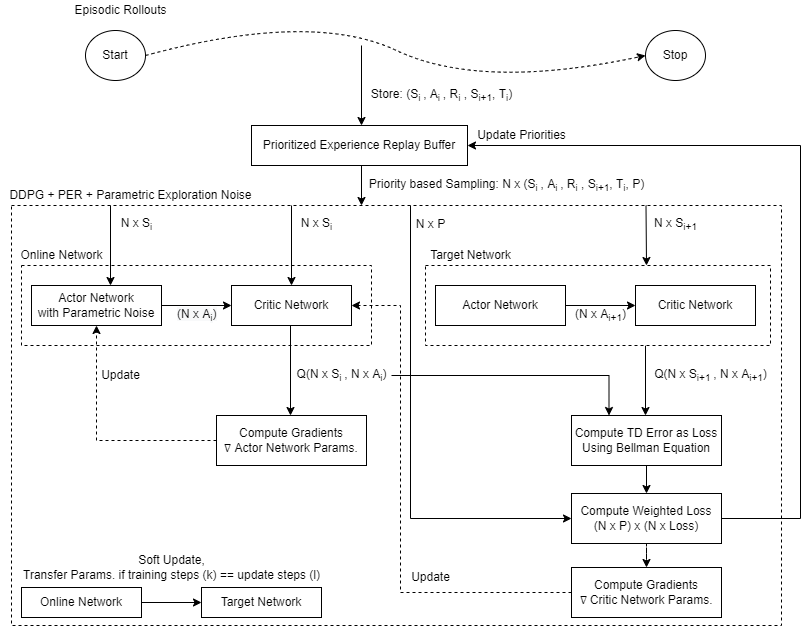
Earlier version of the draw.io export presentation/pictures/Improved DDPG.png (KanishkNavale/AI-for-Robot-Tasks). Source tidied: cells renumbered, new cells last; positions are measured from the earlier drawing's top-left corner, leaving out a move shared by most shapes. The source it was exported from:
```xml
<mxGraphModel>
  <root>
    <mxCell id="0" />
    <mxCell id="1" parent="0" />
    <mxCell id="2" style="rounded=0;whiteSpace=wrap;html=1;dashed=1;" parent="1" vertex="1">
      <mxGeometry x="11" y="205" width="770" height="420" as="geometry" />
    </mxCell>
    <mxCell id="3" style="rounded=0;whiteSpace=wrap;html=1;dashed=1;" parent="1" vertex="1">
      <mxGeometry x="21" y="265" width="350" height="80" as="geometry" />
    </mxCell>
    <mxCell id="4" value="Episodic Rollouts" style="text;html=1;align=center;verticalAlign=middle;strokeColor=none;fillColor=none;" parent="1" vertex="1">
      <mxGeometry x="65" width="110" height="20" as="geometry" />
    </mxCell>
    <mxCell id="5" value="Start" style="ellipse;whiteSpace=wrap;html=1;" parent="1" vertex="1">
      <mxGeometry x="85" y="30" width="60" height="50" as="geometry" />
    </mxCell>
    <mxCell id="6" value="Stop" style="ellipse;whiteSpace=wrap;html=1;" parent="1" vertex="1">
      <mxGeometry x="645" y="30" width="60" height="50" as="geometry" />
    </mxCell>
    <mxCell id="7" style="curved=1;endArrow=classic;html=1;rounded=0;entryX=0;entryY=0.5;entryDx=0;entryDy=0;exitX=1;exitY=0.5;exitDx=0;exitDy=0;dashed=1;" parent="1" edge="1" source="5" target="6">
      <mxGeometry relative="1" as="geometry">
        <Array as="points">
          <mxPoint x="311" y="10" />
          <mxPoint x="481" y="90" />
        </Array>
      </mxGeometry>
    </mxCell>
    <mxCell id="8" style="edgeStyle=orthogonalEdgeStyle;rounded=0;jettySize=auto;html=1;entryX=0;entryY=0.5;entryDx=0;entryDy=0;fontSize=12;fontColor=#000000;" parent="1" edge="1" target="38">
      <mxGeometry relative="1" as="geometry">
        <mxPoint x="410" y="205" as="sourcePoint" />
        <Array as="points">
          <mxPoint x="410" y="518" />
        </Array>
      </mxGeometry>
    </mxCell>
    <mxCell id="9" value="Prioritized Experience Replay Buffer" style="rounded=0;whiteSpace=wrap;html=1;" parent="1" vertex="1">
      <mxGeometry x="251" y="125" width="216" height="40" as="geometry" />
    </mxCell>
    <mxCell id="10" style="endArrow=classic;html=1;rounded=0;" parent="1" edge="1">
      <mxGeometry relative="1" as="geometry">
        <mxPoint x="361" y="45" as="sourcePoint" />
        <mxPoint x="361" y="125" as="targetPoint" />
      </mxGeometry>
    </mxCell>
    <mxCell id="11" value="Store: (S&lt;sub&gt;i &lt;/sub&gt;, A&lt;sub&gt;i&amp;nbsp;&lt;/sub&gt;, R&lt;sub&gt;i&lt;/sub&gt; , S&lt;sub&gt;i+1&lt;/sub&gt;, T&lt;sub&gt;i&lt;/sub&gt;)" style="text;html=1;align=center;verticalAlign=middle;strokeColor=none;fillColor=none;" parent="1" vertex="1">
      <mxGeometry x="361" y="85" width="160" height="20" as="geometry" />
    </mxCell>
    <mxCell id="12" style="endArrow=classic;html=1;rounded=0;" parent="1" edge="1">
      <mxGeometry relative="1" as="geometry">
        <mxPoint x="361" y="165" as="sourcePoint" />
        <mxPoint x="361" y="205" as="targetPoint" />
      </mxGeometry>
    </mxCell>
    <mxCell id="13" value="Priority based Sampling: N x (S&lt;sub&gt;i &lt;/sub&gt;, A&lt;sub&gt;i&amp;nbsp;&lt;/sub&gt;, R&lt;sub&gt;i&lt;/sub&gt; , S&lt;sub&gt;i+1&lt;/sub&gt;, T&lt;sub&gt;i&lt;/sub&gt;, P)" style="text;html=1;align=center;verticalAlign=middle;strokeColor=none;fillColor=none;" parent="1" vertex="1">
      <mxGeometry x="361" y="175" width="290" height="20" as="geometry" />
    </mxCell>
    <mxCell id="14" style="edgeStyle=orthogonalEdgeStyle;rounded=0;jettySize=auto;html=1;exitX=1;exitY=0.5;exitDx=0;exitDy=0;" parent="1" edge="1" source="15" target="16">
      <mxGeometry relative="1" as="geometry" />
    </mxCell>
    <mxCell id="15" value="Actor Network&lt;br&gt;with Parametric Noise" style="rounded=0;whiteSpace=wrap;html=1;" parent="1" vertex="1">
      <mxGeometry x="31" y="285" width="130" height="40" as="geometry" />
    </mxCell>
    <mxCell id="16" value="Critic Network" style="rounded=0;whiteSpace=wrap;html=1;" parent="1" vertex="1">
      <mxGeometry x="231" y="285" width="120" height="40" as="geometry" />
    </mxCell>
    <mxCell id="17" value="Online Network" style="text;html=1;align=center;verticalAlign=middle;strokeColor=none;fillColor=none;" parent="1" vertex="1">
      <mxGeometry x="11" y="245" width="100" height="20" as="geometry" />
    </mxCell>
    <mxCell id="18" value="Target Network" style="text;html=1;align=center;verticalAlign=middle;strokeColor=none;fillColor=none;" parent="1" vertex="1">
      <mxGeometry x="420" y="245" width="100" height="20" as="geometry" />
    </mxCell>
    <mxCell id="19" style="endArrow=classic;html=1;rounded=0;" parent="1" edge="1">
      <mxGeometry relative="1" as="geometry">
        <mxPoint x="110" y="205" as="sourcePoint" />
        <mxPoint x="110" y="285" as="targetPoint" />
      </mxGeometry>
    </mxCell>
    <mxCell id="20" style="endArrow=classic;html=1;rounded=0;entryX=0.5;entryY=0;entryDx=0;entryDy=0;" parent="1" edge="1" target="16">
      <mxGeometry relative="1" as="geometry">
        <mxPoint x="291" y="205" as="sourcePoint" />
      </mxGeometry>
    </mxCell>
    <mxCell id="21" style="endArrow=classic;html=1;rounded=0;" parent="1" edge="1">
      <mxGeometry relative="1" as="geometry">
        <mxPoint x="645.5" y="205" as="sourcePoint" />
        <mxPoint x="646" y="265" as="targetPoint" />
      </mxGeometry>
    </mxCell>
    <mxCell id="22" value="N x S&lt;sub&gt;i&lt;/sub&gt;" style="text;html=1;align=center;verticalAlign=middle;strokeColor=none;fillColor=none;" parent="1" vertex="1">
      <mxGeometry x="111" y="214" width="50" height="20" as="geometry" />
    </mxCell>
    <mxCell id="23" value="N x S&lt;sub&gt;i&lt;/sub&gt;" style="text;html=1;align=center;verticalAlign=middle;strokeColor=none;fillColor=none;" parent="1" vertex="1">
      <mxGeometry x="291" y="214" width="50" height="20" as="geometry" />
    </mxCell>
    <mxCell id="24" value="N x S&lt;sub&gt;i+1&lt;/sub&gt;" style="text;html=1;align=center;verticalAlign=middle;strokeColor=none;fillColor=none;" parent="1" vertex="1">
      <mxGeometry x="645" y="214" width="60" height="20" as="geometry" />
    </mxCell>
    <mxCell id="25" style="endArrow=classic;html=1;rounded=0;" parent="1" edge="1">
      <mxGeometry relative="1" as="geometry">
        <mxPoint x="290" y="325" as="sourcePoint" />
        <mxPoint x="290" y="415" as="targetPoint" />
      </mxGeometry>
    </mxCell>
    <mxCell id="26" style="edgeStyle=orthogonalEdgeStyle;rounded=0;jettySize=auto;html=1;entryX=0.25;entryY=0;entryDx=0;entryDy=0;fontSize=12;fontColor=#000000;" parent="1" edge="1" source="27" target="34">
      <mxGeometry relative="1" as="geometry" />
    </mxCell>
    <mxCell id="27" value="Q(N x S&lt;sub&gt;i&amp;nbsp;&lt;/sub&gt;, N x A&lt;sub&gt;i&lt;/sub&gt;)" style="text;html=1;align=center;verticalAlign=middle;points=[];strokeColor=none;fillColor=none;" parent="1" vertex="1">
      <mxGeometry x="291" y="365" width="100" height="20" as="geometry" />
    </mxCell>
    <mxCell id="28" style="edgeStyle=orthogonalEdgeStyle;rounded=0;jettySize=auto;html=1;entryX=0.5;entryY=1;entryDx=0;entryDy=0;fontSize=12;fontColor=#000000;dashed=1;" parent="1" edge="1" source="29" target="15">
      <mxGeometry relative="1" as="geometry" />
    </mxCell>
    <mxCell id="29" value="Compute Gradients&lt;br&gt;&lt;span style=&quot;font-family: &amp;#34;arial&amp;#34; , sans-serif ; text-align: left&quot;&gt;&lt;font style=&quot;font-size: 12px&quot;&gt;∇ Actor Network Params.&lt;/font&gt;&lt;/span&gt;" style="rounded=0;whiteSpace=wrap;html=1;" parent="1" vertex="1">
      <mxGeometry x="216" y="415" width="150" height="50" as="geometry" />
    </mxCell>
    <mxCell id="30" value="Update" style="text;html=1;align=center;verticalAlign=middle;strokeColor=none;fillColor=none;fontSize=12;fontColor=#000000;" parent="1" vertex="1">
      <mxGeometry x="95" y="365" width="50" height="20" as="geometry" />
    </mxCell>
    <mxCell id="31" style="endArrow=classic;html=1;rounded=0;" parent="1" edge="1">
      <mxGeometry relative="1" as="geometry">
        <mxPoint x="645" y="345" as="sourcePoint" />
        <mxPoint x="645" y="415" as="targetPoint" />
      </mxGeometry>
    </mxCell>
    <mxCell id="32" value="Q(N x S&lt;sub&gt;i+1&amp;nbsp;&lt;/sub&gt;, N x A&lt;sub&gt;i+1&lt;/sub&gt;)" style="text;html=1;align=center;verticalAlign=middle;strokeColor=none;fillColor=none;" parent="1" vertex="1">
      <mxGeometry x="645" y="365" width="130" height="20" as="geometry" />
    </mxCell>
    <mxCell id="33" style="edgeStyle=orthogonalEdgeStyle;rounded=0;jettySize=auto;html=1;fontSize=12;fontColor=#000000;" parent="1" edge="1" source="34" target="38">
      <mxGeometry relative="1" as="geometry" />
    </mxCell>
    <mxCell id="34" value="Compute TD Error as Loss&lt;br&gt;Using Bellman Equation" style="rounded=0;whiteSpace=wrap;html=1;" parent="1" vertex="1">
      <mxGeometry x="571" y="415" width="150" height="50" as="geometry" />
    </mxCell>
    <mxCell id="35" value="DDPG + PER + Parametric Exploration Noise" style="text;html=1;align=center;verticalAlign=middle;strokeColor=none;fillColor=none;fontSize=12;fontColor=#000000;" parent="1" vertex="1">
      <mxGeometry y="185" width="260" height="20" as="geometry" />
    </mxCell>
    <mxCell id="36" style="edgeStyle=orthogonalEdgeStyle;rounded=0;jettySize=auto;html=1;entryX=0.5;entryY=0;entryDx=0;entryDy=0;dashed=1;fontSize=12;fontColor=#000000;" parent="1" edge="1" source="38" target="45">
      <mxGeometry relative="1" as="geometry" />
    </mxCell>
    <mxCell id="37" style="edgeStyle=orthogonalEdgeStyle;rounded=0;jettySize=auto;html=1;entryX=1;entryY=0.5;entryDx=0;entryDy=0;fontSize=12;fontColor=#000000;" parent="1" edge="1" source="38" target="9">
      <mxGeometry relative="1" as="geometry">
        <Array as="points">
          <mxPoint x="800" y="518" />
          <mxPoint x="800" y="145" />
        </Array>
      </mxGeometry>
    </mxCell>
    <mxCell id="38" value="Compute Weighted Loss&lt;br&gt;(N x P)&amp;nbsp;x (N x Loss)" style="rounded=0;whiteSpace=wrap;html=1;" parent="1" vertex="1">
      <mxGeometry x="571" y="493" width="150" height="50" as="geometry" />
    </mxCell>
    <mxCell id="39" value="Update" style="text;html=1;align=center;verticalAlign=middle;strokeColor=none;fillColor=none;fontSize=12;fontColor=#000000;" parent="1" vertex="1">
      <mxGeometry x="405" y="567" width="50" height="20" as="geometry" />
    </mxCell>
    <mxCell id="40" style="edgeStyle=orthogonalEdgeStyle;rounded=0;jettySize=auto;html=1;entryX=0;entryY=0.5;entryDx=0;entryDy=0;fontSize=12;fontColor=#000000;" parent="1" edge="1" source="41" target="42">
      <mxGeometry relative="1" as="geometry" />
    </mxCell>
    <mxCell id="41" value="Online Network" style="rounded=0;whiteSpace=wrap;html=1;labelBackgroundColor=none;fontSize=12;fontColor=#000000;" parent="1" vertex="1">
      <mxGeometry x="21" y="587" width="120" height="30" as="geometry" />
    </mxCell>
    <mxCell id="42" value="Target Network" style="rounded=0;whiteSpace=wrap;html=1;labelBackgroundColor=none;fontSize=12;fontColor=#000000;" parent="1" vertex="1">
      <mxGeometry x="201" y="587" width="120" height="30" as="geometry" />
    </mxCell>
    <mxCell id="43" value="Soft Update,&lt;br&gt;Transfer Params. if training steps (k) == update steps (l)" style="text;html=1;align=center;verticalAlign=middle;strokeColor=none;fillColor=none;fontSize=12;fontColor=#000000;" parent="1" vertex="1">
      <mxGeometry x="16" y="552" width="310" height="30" as="geometry" />
    </mxCell>
    <mxCell id="44" style="edgeStyle=orthogonalEdgeStyle;rounded=0;jettySize=auto;html=1;entryX=1;entryY=0.5;entryDx=0;entryDy=0;fontSize=12;fontColor=#000000;dashed=1;" parent="1" edge="1" source="45" target="16">
      <mxGeometry relative="1" as="geometry">
        <Array as="points">
          <mxPoint x="400" y="592" />
          <mxPoint x="400" y="305" />
        </Array>
      </mxGeometry>
    </mxCell>
    <mxCell id="45" value="Compute Gradients&lt;br&gt;&lt;span style=&quot;font-family: &amp;#34;arial&amp;#34; , sans-serif ; text-align: left&quot;&gt;&lt;font style=&quot;font-size: 12px&quot;&gt;∇ Critic Network Params.&lt;/font&gt;&lt;/span&gt;" style="rounded=0;whiteSpace=wrap;html=1;" parent="1" vertex="1">
      <mxGeometry x="571" y="567" width="150" height="50" as="geometry" />
    </mxCell>
    <mxCell id="46" value="Update Priorities" style="text;html=1;align=center;verticalAlign=middle;strokeColor=none;fillColor=none;fontSize=12;fontColor=#000000;" parent="1" vertex="1">
      <mxGeometry x="471" y="125" width="100" height="20" as="geometry" />
    </mxCell>
    <mxCell id="47" style="rounded=0;whiteSpace=wrap;html=1;dashed=1;" parent="1" vertex="1">
      <mxGeometry x="425" y="265" width="345" height="80" as="geometry" />
    </mxCell>
    <mxCell id="48" style="edgeStyle=orthogonalEdgeStyle;rounded=0;jettySize=auto;html=1;exitX=1;exitY=0.5;exitDx=0;exitDy=0;entryX=0;entryY=0.5;entryDx=0;entryDy=0;fontSize=12;fontColor=#000000;" parent="1" edge="1" source="49" target="50">
      <mxGeometry relative="1" as="geometry" />
    </mxCell>
    <mxCell id="49" value="Actor Network" style="rounded=0;whiteSpace=wrap;html=1;" parent="1" vertex="1">
      <mxGeometry x="435" y="285" width="130" height="40" as="geometry" />
    </mxCell>
    <mxCell id="50" value="Critic Network" style="rounded=0;whiteSpace=wrap;html=1;" parent="1" vertex="1">
      <mxGeometry x="635" y="285" width="120" height="40" as="geometry" />
    </mxCell>
    <mxCell id="51" value="(N x A&lt;sub&gt;i+1&lt;/sub&gt;)" style="text;html=1;align=center;verticalAlign=middle;strokeColor=none;fillColor=none;fontSize=12;fontColor=#000000;" parent="1" vertex="1">
      <mxGeometry x="565" y="305" width="70" height="20" as="geometry" />
    </mxCell>
    <mxCell id="52" value="&lt;span style=&quot;color: rgb(0 , 0 , 0) ; font-family: &amp;#34;helvetica&amp;#34; ; font-size: 12px ; font-style: normal ; font-weight: 400 ; letter-spacing: normal ; text-align: center ; text-indent: 0px ; text-transform: none ; word-spacing: 0px ; background-color: rgb(248 , 249 , 250) ; display: inline ; float: none&quot;&gt;(N x A&lt;/span&gt;&lt;sub style=&quot;color: rgb(0 , 0 , 0) ; font-family: &amp;#34;helvetica&amp;#34; ; font-style: normal ; font-weight: 400 ; letter-spacing: normal ; text-align: center ; text-indent: 0px ; text-transform: none ; word-spacing: 0px ; background-color: rgb(248 , 249 , 250)&quot;&gt;i&lt;/sub&gt;&lt;span style=&quot;color: rgb(0 , 0 , 0) ; font-family: &amp;#34;helvetica&amp;#34; ; font-size: 12px ; font-style: normal ; font-weight: 400 ; letter-spacing: normal ; text-align: center ; text-indent: 0px ; text-transform: none ; word-spacing: 0px ; background-color: rgb(248 , 249 , 250) ; display: inline ; float: none&quot;&gt;)&lt;/span&gt;" style="text;whiteSpace=wrap;html=1;fontSize=12;fontColor=#000000;" parent="1" vertex="1">
      <mxGeometry x="175" y="300" width="70" height="30" as="geometry" />
    </mxCell>
    <mxCell id="53" value="N x P" style="text;html=1;align=center;verticalAlign=middle;strokeColor=none;fillColor=none;fontSize=12;fontColor=#000000;" parent="1" vertex="1">
      <mxGeometry x="410" y="214" width="40" height="20" as="geometry" />
    </mxCell>
  </root>
</mxGraphModel>
```
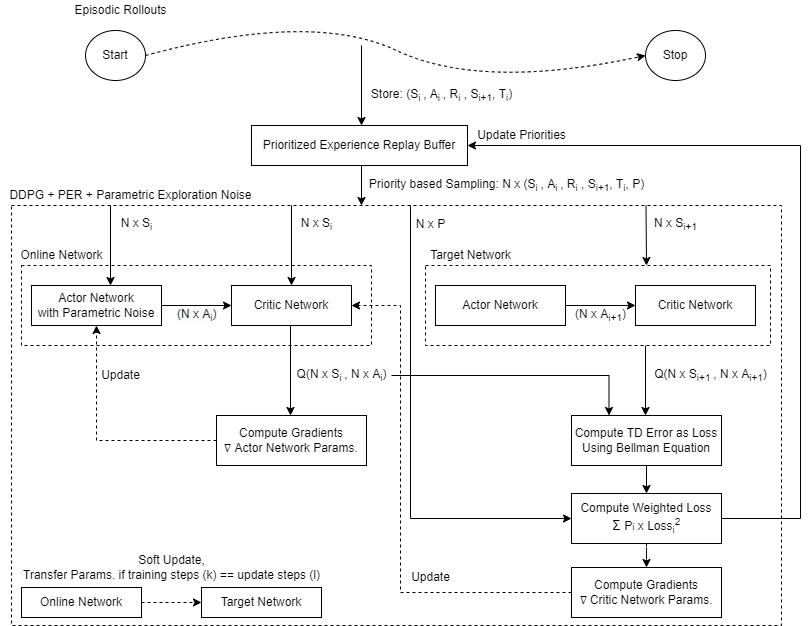
The same diagram one commit later.

Commit message:
Changed: Equation in Improved DDPG

The edit, as a diff of the source:
```diff
@@ -145,13 +145,13 @@
         </Array>
       </mxGeometry>
     </mxCell>
-    <mxCell id="38" value="Compute Weighted Loss&lt;br&gt;(N x P)&amp;nbsp;x (N x Loss)" style="rounded=0;whiteSpace=wrap;html=1;" parent="1" vertex="1">
+    <mxCell id="38" value="Compute Weighted Loss&lt;br&gt;&lt;span style=&quot;font-family: &amp;#34;arial&amp;#34; , sans-serif ; font-size: 14px ; text-align: left&quot;&gt;Σ&lt;/span&gt;&lt;b style=&quot;font-family: &amp;#34;arial&amp;#34; , sans-serif ; font-size: 14px ; text-align: left&quot;&gt;&amp;nbsp;&lt;/b&gt;P&lt;span style=&quot;font-size: 10px&quot;&gt;i&lt;/span&gt;&amp;nbsp;x Loss&lt;sub&gt;i&lt;/sub&gt;&lt;sup&gt;2&lt;/sup&gt;" style="rounded=0;whiteSpace=wrap;html=1;" parent="1" vertex="1">
       <mxGeometry x="571" y="493" width="150" height="50" as="geometry" />
     </mxCell>
     <mxCell id="39" value="Update" style="text;html=1;align=center;verticalAlign=middle;strokeColor=none;fillColor=none;fontSize=12;fontColor=#000000;" parent="1" vertex="1">
       <mxGeometry x="405" y="567" width="50" height="20" as="geometry" />
     </mxCell>
-    <mxCell id="40" style="edgeStyle=orthogonalEdgeStyle;rounded=0;jettySize=auto;html=1;entryX=0;entryY=0.5;entryDx=0;entryDy=0;fontSize=12;fontColor=#000000;" parent="1" edge="1" source="41" target="42">
+    <mxCell id="40" style="edgeStyle=orthogonalEdgeStyle;rounded=0;jettySize=auto;html=1;entryX=0;entryY=0.5;entryDx=0;entryDy=0;fontSize=12;fontColor=#000000;dashed=1;" parent="1" edge="1" source="41" target="42">
       <mxGeometry relative="1" as="geometry" />
     </mxCell>
     <mxCell id="41" value="Online Network" style="rounded=0;whiteSpace=wrap;html=1;labelBackgroundColor=none;fontSize=12;fontColor=#000000;" parent="1" vertex="1">
```
